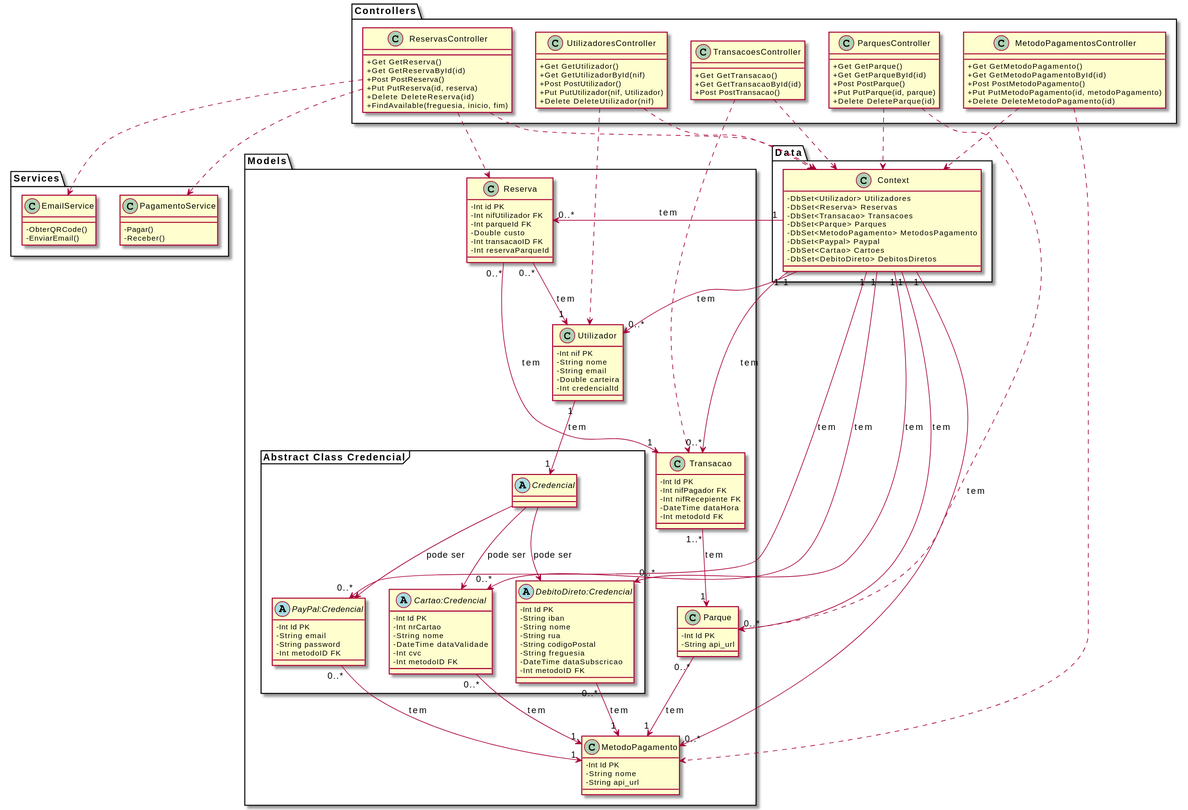
Earlier version of the PlantUML export Documentos/Sprint3/Design OO/CD.svg (UPskillDOTNET/Jakim-das-Coives-S.A.). The source it was exported from:
```plantuml
@startuml
skinparam classAttributeIconSize 0

package Services <<Folder>> {

class PagamentoService {
  - Pagar()
  - Receber()
}

class EmailService {
  - ObterQRCode()
  - EnviarEmail()
}

}

package Controllers <<Folder>> {

class UtilizadoresController {
  +Get GetUtilizador()
  +Get GetUtilizadorById(nif)
  +Post PostUtilizador()
  +Put PutUtilizador(nif, Utilizador)
  +Delete DeleteUtilizador(nif)
}

class ReservasController {
  +Get GetReserva()
  +Get GetReservaById(id)
  +Post PostReserva()
  +Put PutReserva(id, reserva)
  +Delete DeleteReserva(id)
  +FindAvailable(freguesia, inicio, fim)
}

class TransacoesController {
  +Get GetTransacao()
  +Get GetTransacaoById(id)
  +Post PostTransacao()
}

class ParquesController {
  +Get GetParque()
  +Get GetParqueById(id)
  +Post PostParque()
  +Put PutParque(id, parque)
  +Delete DeleteParque(id)
}

class MetodoPagamentosController {
  +Get GetMetodoPagamento()
  +Get GetMetodoPagamentoById(id)
  +Post PostMetodoPagamento()
  +Put PutMetodoPagamento(id, metodoPagamento)
  +Delete DeleteMetodoPagamento(id)
}

}

package Models <<Folder>> {

class Utilizador{
  -Int nif PK
  -String nome
  -String email
  -Double carteira
  -Int credencialId
}

class Reserva {
  -Int id PK
  -Int nifUtilizador FK
  -Int parqueId FK
  -Double custo
  -Int transacaoID FK
  -Int reservaParqueId
}

class Transacao {
  -Int Id PK
  -Int nifPagador FK
  -Int nifRecepiente FK
  -DateTime dataHora
  -Int metodoId FK
}

class Parque {
  -Int Id PK
  -String api_url
}

class MetodoPagamento {
  -Int Id PK
  -String nome
  -String api_url
}

package "Abstract Class Credencial" <<Frame>> {

abstract class Credencial {
}

abstract PayPal:Credencial {
  -Int Id PK
  -String email
  -String password
  -Int metodoID FK
}

abstract Cartao:Credencial {
  -Int Id PK
  -Int nrCartao
  -String nome
  -DateTime dataValidade
  -Int cvc
  -Int metodoID FK
}

abstract DebitoDireto:Credencial {
  -Int Id PK
  -String iban
  -String nome
  -String rua
  -String codigoPostal
  -String freguesia
  -DateTime dataSubscricao
  -Int metodoID FK
}

}

}

package Data <<Folder>> {

class Context {
  -DbSet<Utilizador> Utilizadores
  -DbSet<Reserva> Reservas
  -DbSet<Transacao> Transacoes
  -DbSet<Parque> Parques
  -DbSet<MetodoPagamento> MetodosPagamento
  -DbSet<Paypal> Paypal
  -DbSet<Cartao> Cartoes
  -DbSet<DebitoDireto> DebitosDiretos
}

}

UtilizadoresController ..> Utilizador
UtilizadoresController ..> Context
ReservasController ..> Reserva
ReservasController ..> Context
ReservasController ..> PagamentoService
ReservasController ..> EmailService
TransacoesController ..> Transacao
TransacoesController ..> Context
ParquesController ..> Parque
ParquesController ..> Context
MetodoPagamentosController ..> MetodoPagamento
MetodoPagamentosController ..> Context

Context "1" --> "0..*" Utilizador: tem
Context "1" --> "0..*" Reserva: tem
Context "1" --> "0..*" Transacao: tem
Context "1" --> "0..*" Parque: tem
Context "1" --> "0..*" MetodoPagamento: tem
Context "1" --> "0..*" "PayPal:Credencial": tem
Context "1" --> "0..*" "Cartao:Credencial": tem
Context "1" --> "0..*" "DebitoDireto:Credencial": tem

Reserva "0..*" --> "1" Utilizador: tem
Reserva "0..*" --> "1" Transacao: tem
Transacao"1..*" --> "1" Parque: tem
Parque "0..*" --> "1" MetodoPagamento: tem
Utilizador "1" --> "1" Credencial: tem
Credencial --> "PayPal:Credencial": pode ser
Credencial --> "Cartao:Credencial": pode ser
Credencial --> "DebitoDireto:Credencial": pode ser
"PayPal:Credencial" "0..*" --> "1" MetodoPagamento: tem
"Cartao:Credencial" "0..*" --> "1" MetodoPagamento: tem
"DebitoDireto:Credencial" "0..*" --> "1" MetodoPagamento: tem
@enduml
```
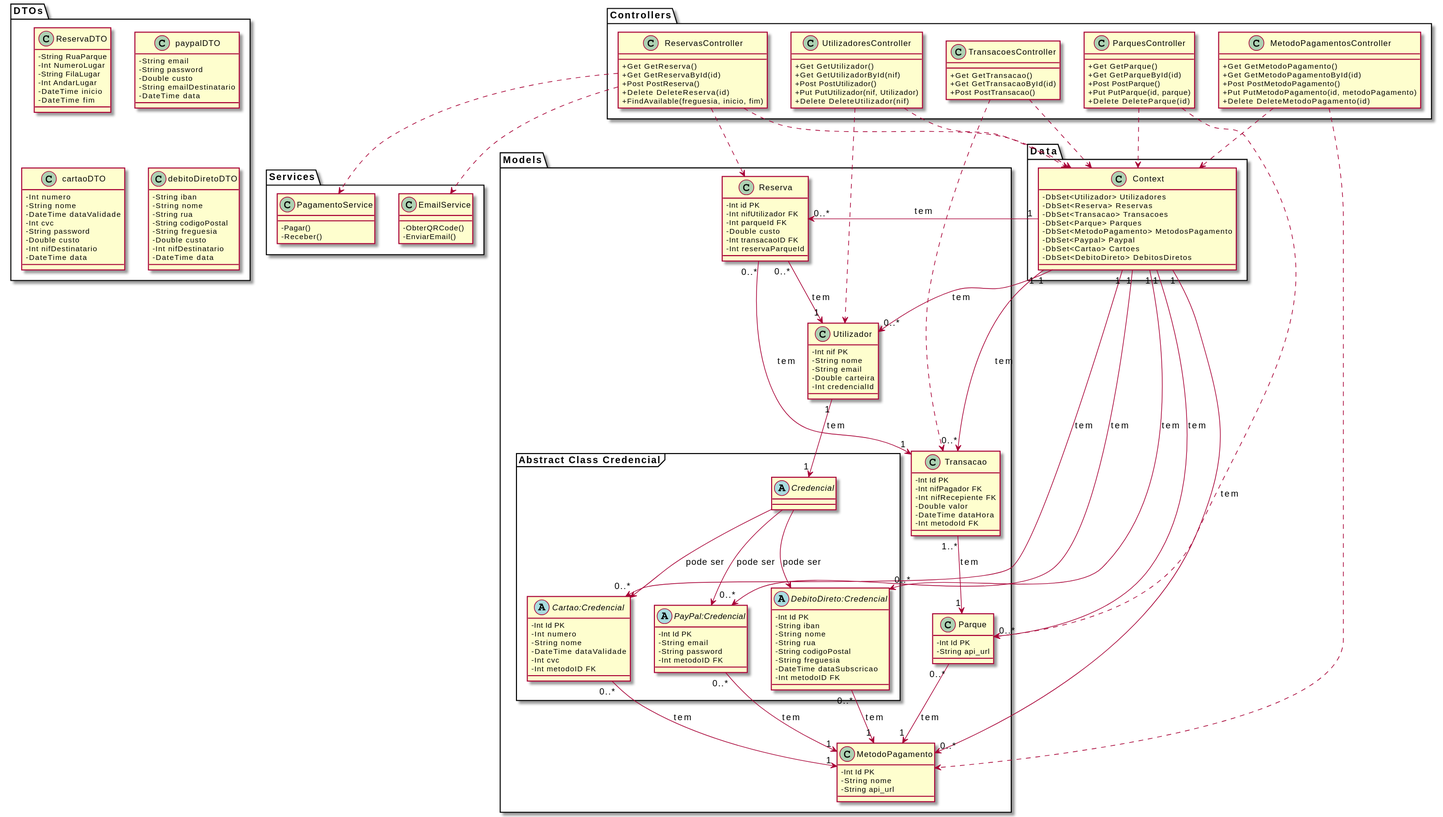
After the change.

Change to the diagram source:
```diff
@@ -29,7 +29,6 @@
   +Get GetReserva()
   +Get GetReservaById(id)
   +Post PostReserva()
-  +Put PutReserva(id, reserva)
   +Delete DeleteReserva(id)
   +FindAvailable(freguesia, inicio, fim)
 }
@@ -81,6 +80,7 @@
   -Int Id PK
   -Int nifPagador FK
   -Int nifRecepiente FK
+  -Double valor
   -DateTime dataHora
   -Int metodoId FK
 }
@@ -110,7 +110,7 @@
 
 abstract Cartao:Credencial {
   -Int Id PK
-  -Int nrCartao
+  -Int numero
   -String nome
   -DateTime dataValidade
   -Int cvc
@@ -143,6 +143,49 @@
   -DbSet<Paypal> Paypal
   -DbSet<Cartao> Cartoes
   -DbSet<DebitoDireto> DebitosDiretos
+}
+
+}
+
+package DTOs <<Folder>> {
+
+class ReservaDTO {
+  -String RuaParque
+  -Int NumeroLugar
+  -String FilaLugar
+  -Int AndarLugar
+  -DateTime inicio
+  -DateTime fim
+}
+
+class paypalDTO {
+  -String email
+  -String password
+  -Double custo
+  -String emailDestinatario
+  -DateTime data
+}
+
+class cartaoDTO {
+  -Int numero
+  -String nome
+  -DateTime dataValidade
+  -Int cvc
+  -String password
+  -Double custo
+  -Int nifDestinatario
+  -DateTime data
+}
+
+class debitoDiretoDTO {
+  -String iban
+  -String nome
+  -String rua
+  -String codigoPostal
+  -String freguesia
+  -Double custo
+  -Int nifDestinatario
+  -DateTime data
 }
 
 }
```
